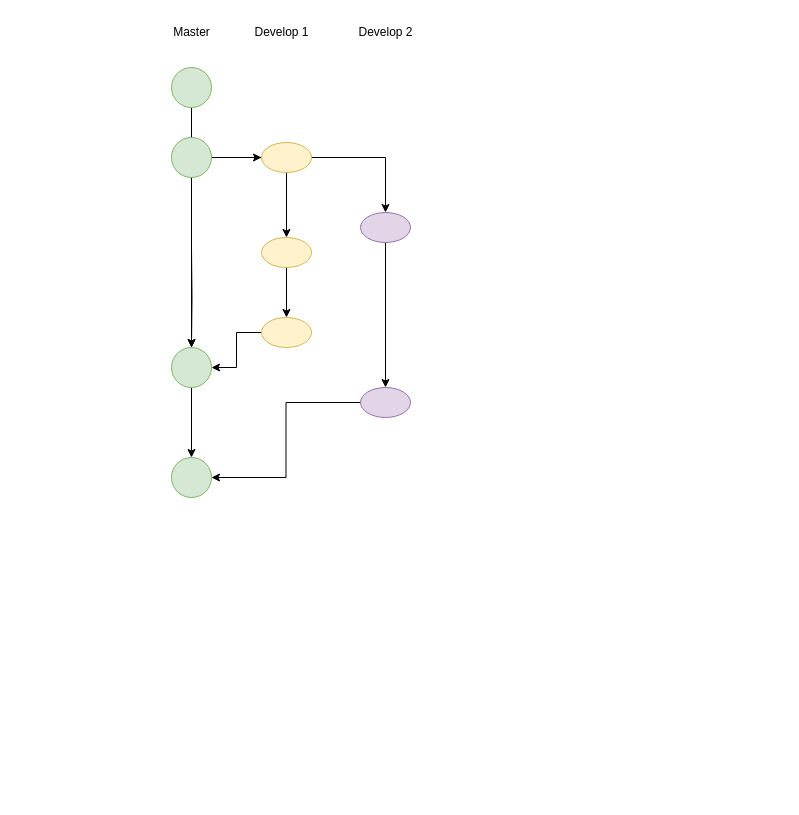
hongbin-che/Actions_Study keeps this draw.io diagram as Untitled Diagram.drawio. Above is the earlier version. Source tidied: cells renumbered, new cells numbered last; positions are measured from the earlier drawing's top-left corner, leaving out a move shared by most shapes. Both pictures are drawn from the tidied source at 100%, with x=0, y=0 at pixel (161, 17).
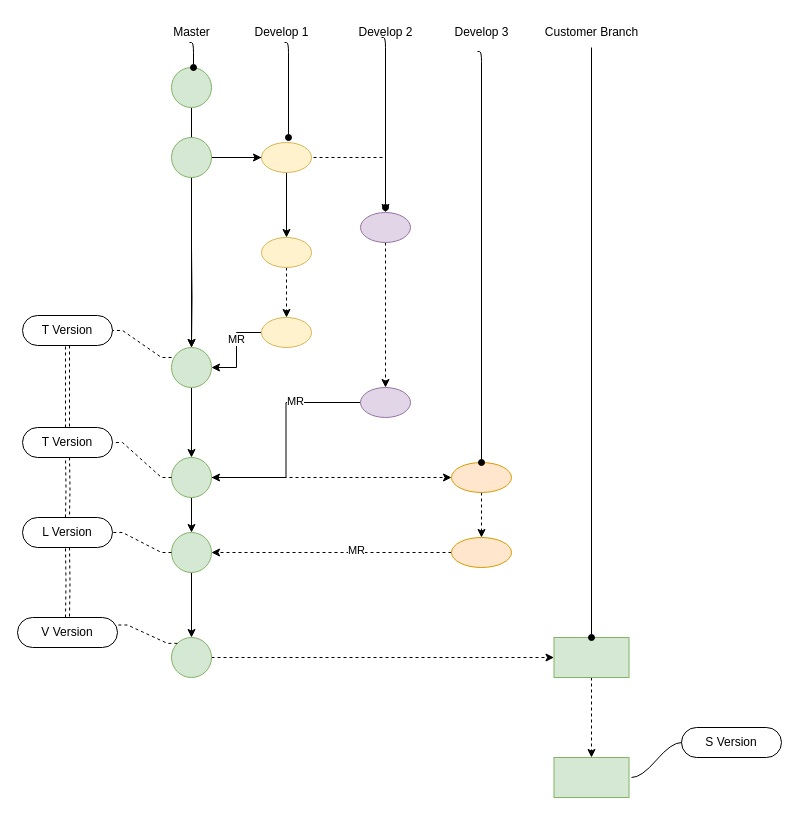
The same page after the edit.

The change refers to these unchanged cells:
```xml
<mxCell id="7" style="ellipse;whiteSpace=wrap;html=1;fillColor=#d5e8d4;strokeColor=#82b366;" parent="1" vertex="1">
  <mxGeometry x="10" y="120" width="40" height="40" as="geometry" />
</mxCell>
<mxCell id="10" style="ellipse;whiteSpace=wrap;html=1;fillColor=#d5e8d4;strokeColor=#82b366;" parent="1" vertex="1">
  <mxGeometry x="10" y="330" width="40" height="40" as="geometry" />
</mxCell>
<mxCell id="16" style="ellipse;whiteSpace=wrap;html=1;fillColor=#fff2cc;strokeColor=#d6b656;" parent="1" vertex="1">
  <mxGeometry x="100" y="220" width="50" height="30" as="geometry" />
</mxCell>
<mxCell id="17" style="edgeStyle=orthogonalEdgeStyle;rounded=0;jettySize=auto;html=1;entryX=1;entryY=0.5;entryDx=0;entryDy=0;" parent="1" edge="1" source="18" target="10">
  <mxGeometry relative="1" as="geometry" />
</mxCell>
<mxCell id="18" style="ellipse;whiteSpace=wrap;html=1;fillColor=#fff2cc;strokeColor=#d6b656;" parent="1" vertex="1">
  <mxGeometry x="100" y="300" width="50" height="30" as="geometry" />
</mxCell>
<mxCell id="20" style="ellipse;whiteSpace=wrap;html=1;fillColor=#e1d5e7;strokeColor=#9673a6;" parent="1" vertex="1">
  <mxGeometry x="199" y="195" width="50" height="30" as="geometry" />
</mxCell>
<mxCell id="21" style="edgeStyle=orthogonalEdgeStyle;rounded=0;jettySize=auto;html=1;entryX=1;entryY=0.5;entryDx=0;entryDy=0;" parent="1" edge="1" source="22" target="23">
  <mxGeometry relative="1" as="geometry" />
</mxCell>
<mxCell id="22" style="ellipse;whiteSpace=wrap;html=1;fillColor=#e1d5e7;strokeColor=#9673a6;" parent="1" vertex="1">
  <mxGeometry x="199" y="370" width="50" height="30" as="geometry" />
</mxCell>
<mxCell id="23" style="ellipse;whiteSpace=wrap;html=1;fillColor=#d5e8d4;strokeColor=#82b366;" parent="1" vertex="1">
  <mxGeometry x="10" y="440" width="40" height="40" as="geometry" />
</mxCell>
```

Diff of the diagram source:
```diff
@@
-    <mxCell id="6" style="edgeStyle=orthogonalEdgeStyle;rounded=0;jettySize=auto;html=1;entryX=0.5;entryY=0;entryDx=0;entryDy=0;" parent="1" edge="1" source="7" target="20">
+    <mxCell id="6" style="edgeStyle=orthogonalEdgeStyle;rounded=0;jettySize=auto;html=1;entryX=0.5;entryY=0;entryDx=0;entryDy=0;dashed=1;" parent="1" edge="1" source="7" target="20">
       <mxGeometry relative="1" as="geometry" />
     </mxCell>
@@
-    <mxCell id="15" style="edgeStyle=orthogonalEdgeStyle;rounded=0;jettySize=auto;html=1;" parent="1" edge="1" source="16" target="18">
+    <mxCell id="15" style="edgeStyle=orthogonalEdgeStyle;rounded=0;jettySize=auto;html=1;dashed=1;" parent="1" edge="1" source="16" target="18">
       <mxGeometry relative="1" as="geometry" />
     </mxCell>
@@
+    <mxCell id="24" value="MR" style="edgeLabel;html=1;align=center;verticalAlign=middle;" parent="17" vertex="1">
+      <mxGeometry x="-0.27" y="-1" relative="1" as="geometry" />
+    </mxCell>
@@
-    <mxCell id="19" style="edgeStyle=orthogonalEdgeStyle;rounded=0;jettySize=auto;html=1;" parent="1" edge="1" source="20" target="22">
+    <mxCell id="19" style="edgeStyle=orthogonalEdgeStyle;rounded=0;jettySize=auto;html=1;dashed=1;" parent="1" edge="1" source="20" target="22">
       <mxGeometry relative="1" as="geometry" />
     </mxCell>
@@
+    <mxCell id="25" value="MR" style="edgeLabel;html=1;align=center;verticalAlign=middle;" parent="21" vertex="1">
+      <mxGeometry x="-0.41" y="-2" relative="1" as="geometry" />
+    </mxCell>
@@
+    <mxCell id="26" style="edgeStyle=orthogonalEdgeStyle;rounded=0;jettySize=auto;html=1;" parent="1" edge="1" source="23" target="29">
+      <mxGeometry relative="1" as="geometry" />
+    </mxCell>
+    <mxCell id="27" style="edgeStyle=orthogonalEdgeStyle;rounded=0;jettySize=auto;html=1;dashed=1;" parent="1" edge="1" source="23" target="38">
+      <mxGeometry relative="1" as="geometry" />
+    </mxCell>
@@
+    <mxCell id="28" style="edgeStyle=orthogonalEdgeStyle;rounded=0;jettySize=auto;html=1;" parent="1" edge="1" source="29" target="31">
+      <mxGeometry relative="1" as="geometry" />
+    </mxCell>
+    <mxCell id="29" style="ellipse;whiteSpace=wrap;html=1;fillColor=#d5e8d4;strokeColor=#82b366;" parent="1" vertex="1">
+      <mxGeometry x="10" y="515" width="40" height="40" as="geometry" />
+    </mxCell>
+    <mxCell id="30" style="edgeStyle=orthogonalEdgeStyle;rounded=0;jettySize=auto;html=1;dashed=1;" parent="1" edge="1" source="31" target="50">
+      <mxGeometry relative="1" as="geometry" />
+    </mxCell>
+    <mxCell id="31" style="ellipse;whiteSpace=wrap;html=1;fillColor=#d5e8d4;strokeColor=#82b366;" parent="1" vertex="1">
+      <mxGeometry x="10" y="620" width="40" height="40" as="geometry" />
+    </mxCell>
+    <mxCell id="32" style="edgeStyle=orthogonalEdgeStyle;rounded=0;jettySize=auto;html=1;dashed=1;shape=link;" parent="1" edge="1" source="33" target="35">
+      <mxGeometry relative="1" as="geometry" />
+    </mxCell>
+    <mxCell id="33" value="T Version" style="whiteSpace=wrap;html=1;rounded=1;arcSize=50;align=center;verticalAlign=middle;strokeWidth=1;spacing=4;newEdgeStyle={&quot;edgeStyle&quot;:&quot;entityRelationEdgeStyle&quot;,&quot;startArrow&quot;:&quot;none&quot;,&quot;endArrow&quot;:&quot;none&quot;,&quot;segment&quot;:10,&quot;curved&quot;:1};" parent="1" vertex="1">
+      <mxGeometry x="-139" y="298" width="90" height="30" as="geometry" />
+    </mxCell>
+    <mxCell id="34" style="edgeStyle=entityRelationEdgeStyle;startArrow=none;endArrow=none;segment=10;rounded=0;dashed=1;entryX=1;entryY=0.5;entryDx=0;entryDy=0;exitX=0;exitY=0.25;exitDx=0;exitDy=0;exitPerimeter=0;" parent="1" edge="1" source="10" target="33">
+      <mxGeometry relative="1" as="geometry" />
+    </mxCell>
+    <mxCell id="35" value="T Version" style="whiteSpace=wrap;html=1;rounded=1;arcSize=50;align=center;verticalAlign=middle;strokeWidth=1;spacing=4;newEdgeStyle={&quot;edgeStyle&quot;:&quot;entityRelationEdgeStyle&quot;,&quot;startArrow&quot;:&quot;none&quot;,&quot;endArrow&quot;:&quot;none&quot;,&quot;segment&quot;:10,&quot;curved&quot;:1};" parent="1" vertex="1">
+      <mxGeometry x="-139" y="410" width="90" height="30" as="geometry" />
+    </mxCell>
+    <mxCell id="36" style="edgeStyle=entityRelationEdgeStyle;startArrow=none;endArrow=none;segment=10;rounded=0;dashed=1;entryX=1;entryY=0.5;entryDx=0;entryDy=0;exitX=0;exitY=0.5;exitDx=0;exitDy=0;" parent="1" edge="1" source="23" target="35">
+      <mxGeometry relative="1" as="geometry" />
+    </mxCell>
+    <mxCell id="37" style="edgeStyle=orthogonalEdgeStyle;rounded=0;jettySize=auto;html=1;dashed=1;" parent="1" edge="1" source="38" target="42">
+      <mxGeometry relative="1" as="geometry" />
+    </mxCell>
+    <mxCell id="38" style="ellipse;whiteSpace=wrap;html=1;fillColor=#ffe6cc;strokeColor=#d79b00;" parent="1" vertex="1">
+      <mxGeometry x="290" y="445" width="60" height="30" as="geometry" />
+    </mxCell>
+    <mxCell id="39" value="Develop 3" style="text;html=1;align=center;verticalAlign=middle;points=[];fillColor=none;strokeColor=none;rounded=0;" parent="1" vertex="1">
+      <mxGeometry x="280" width="80" height="30" as="geometry" />
+    </mxCell>
+    <mxCell id="40" style="edgeStyle=orthogonalEdgeStyle;rounded=0;jettySize=auto;html=1;dashed=1;" parent="1" edge="1" source="42" target="29">
+      <mxGeometry relative="1" as="geometry" />
+    </mxCell>
+    <mxCell id="41" value="MR" style="edgeLabel;html=1;align=center;verticalAlign=middle;" parent="40" vertex="1">
+      <mxGeometry x="-0.2" y="-3" relative="1" as="geometry" />
+    </mxCell>
+    <mxCell id="42" style="ellipse;whiteSpace=wrap;html=1;fillColor=#ffe6cc;strokeColor=#d79b00;" parent="1" vertex="1">
+      <mxGeometry x="290" y="520" width="60" height="30" as="geometry" />
+    </mxCell>
+    <mxCell id="43" value="L Version" style="whiteSpace=wrap;html=1;rounded=1;arcSize=50;align=center;verticalAlign=middle;strokeWidth=1;spacing=4;newEdgeStyle={&quot;edgeStyle&quot;:&quot;entityRelationEdgeStyle&quot;,&quot;startArrow&quot;:&quot;none&quot;,&quot;endArrow&quot;:&quot;none&quot;,&quot;segment&quot;:10,&quot;curved&quot;:1};" parent="1" vertex="1">
+      <mxGeometry x="-139" y="500" width="90" height="30" as="geometry" />
+    </mxCell>
+    <mxCell id="44" style="edgeStyle=entityRelationEdgeStyle;startArrow=none;endArrow=none;segment=10;rounded=0;dashed=1;entryX=1;entryY=0.5;entryDx=0;entryDy=0;exitX=0;exitY=0.5;exitDx=0;exitDy=0;" parent="1" edge="1" source="29" target="43">
+      <mxGeometry relative="1" as="geometry" />
+    </mxCell>
+    <mxCell id="45" value="V Version" style="whiteSpace=wrap;html=1;rounded=1;arcSize=50;align=center;verticalAlign=middle;strokeWidth=1;spacing=4;newEdgeStyle={&quot;edgeStyle&quot;:&quot;entityRelationEdgeStyle&quot;,&quot;startArrow&quot;:&quot;none&quot;,&quot;endArrow&quot;:&quot;none&quot;,&quot;segment&quot;:10,&quot;curved&quot;:1};" parent="1" vertex="1">
+      <mxGeometry x="-144" y="600" width="100" height="30" as="geometry" />
+    </mxCell>
+    <mxCell id="46" style="edgeStyle=entityRelationEdgeStyle;startArrow=none;endArrow=none;segment=10;rounded=0;dashed=1;entryX=1;entryY=0.25;entryDx=0;entryDy=0;exitX=0;exitY=0;exitDx=0;exitDy=0;" parent="1" edge="1" source="31" target="45">
+      <mxGeometry relative="1" as="geometry" />
+    </mxCell>
+    <mxCell id="47" style="edgeStyle=orthogonalEdgeStyle;rounded=0;jettySize=auto;html=1;dashed=1;shape=link;entryX=0.5;entryY=0;entryDx=0;entryDy=0;" parent="1" edge="1" target="43">
+      <mxGeometry relative="1" as="geometry">
+        <mxPoint x="-94" y="440" as="sourcePoint" />
+      </mxGeometry>
+    </mxCell>
+    <mxCell id="48" style="edgeStyle=orthogonalEdgeStyle;rounded=0;jettySize=auto;html=1;dashed=1;shape=link;entryX=0.5;entryY=0;entryDx=0;entryDy=0;" parent="1" edge="1" target="45">
+      <mxGeometry relative="1" as="geometry">
+        <mxPoint x="-94" y="530" as="sourcePoint" />
+      </mxGeometry>
+    </mxCell>
+    <mxCell id="49" style="edgeStyle=orthogonalEdgeStyle;rounded=1;jettySize=auto;html=1;endArrow=classic;endFill=1;dashed=1;" parent="1" edge="1" source="50" target="54">
+      <mxGeometry relative="1" as="geometry" />
+    </mxCell>
+    <mxCell id="50" style="whiteSpace=wrap;html=1;fillColor=#d5e8d4;strokeColor=#82b366;" parent="1" vertex="1">
+      <mxGeometry x="392.5" y="620" width="75" height="40" as="geometry" />
+    </mxCell>
+    <mxCell id="51" style="edgeStyle=orthogonalEdgeStyle;rounded=1;jettySize=auto;html=1;endArrow=oval;endFill=1;" parent="1" edge="1" source="52" target="50">
+      <mxGeometry relative="1" as="geometry" />
+    </mxCell>
+    <mxCell id="52" value="Customer Branch" style="text;html=1;align=center;verticalAlign=middle;points=[];fillColor=none;strokeColor=none;rounded=0;" parent="1" vertex="1">
+      <mxGeometry x="370" width="120" height="30" as="geometry" />
+    </mxCell>
+    <mxCell id="53" style="edgeStyle=orthogonalEdgeStyle;rounded=1;jettySize=auto;html=1;endArrow=oval;endFill=1;exitX=0.45;exitY=1.133;exitDx=0;exitDy=0;exitPerimeter=0;entryX=0.5;entryY=0;entryDx=0;entryDy=0;" parent="1" edge="1" source="39" target="38">
+      <mxGeometry relative="1" as="geometry">
+        <Array as="points">
+          <mxPoint x="320" y="34" />
+        </Array>
+      </mxGeometry>
+    </mxCell>
+    <mxCell id="54" style="whiteSpace=wrap;html=1;fillColor=#d5e8d4;strokeColor=#82b366;" parent="1" vertex="1">
+      <mxGeometry x="392.5" y="740" width="75" height="40" as="geometry" />
+    </mxCell>
+    <mxCell id="55" value="S Version" style="whiteSpace=wrap;html=1;rounded=1;arcSize=50;align=center;verticalAlign=middle;strokeWidth=1;spacing=4;newEdgeStyle={&quot;edgeStyle&quot;:&quot;entityRelationEdgeStyle&quot;,&quot;startArrow&quot;:&quot;none&quot;,&quot;endArrow&quot;:&quot;none&quot;,&quot;segment&quot;:10,&quot;curved&quot;:1};" parent="1" vertex="1">
+      <mxGeometry x="520" y="710" width="100" height="30" as="geometry" />
+    </mxCell>
+    <mxCell id="56" style="edgeStyle=entityRelationEdgeStyle;startArrow=none;endArrow=none;segment=10;curved=1;rounded=1;" parent="1" edge="1" target="55">
+      <mxGeometry relative="1" as="geometry">
+        <mxPoint x="470" y="760" as="sourcePoint" />
+      </mxGeometry>
+    </mxCell>
+    <mxCell id="57" style="edgeStyle=orthogonalEdgeStyle;rounded=1;orthogonalLoop=1;jettySize=auto;html=1;endArrow=oval;endFill=1;exitX=0.45;exitY=1.133;exitDx=0;exitDy=0;exitPerimeter=0;" parent="1" edge="1">
+      <mxGeometry relative="1" as="geometry">
+        <mxPoint x="220" y="20" as="sourcePoint" />
+        <mxPoint x="224" y="190" as="targetPoint" />
+        <Array as="points">
+          <mxPoint x="224" y="20" />
+        </Array>
+      </mxGeometry>
+    </mxCell>
+    <mxCell id="58" style="edgeStyle=orthogonalEdgeStyle;rounded=1;orthogonalLoop=1;jettySize=auto;html=1;endArrow=oval;endFill=1;exitX=0.45;exitY=1.133;exitDx=0;exitDy=0;exitPerimeter=0;" parent="1" edge="1">
+      <mxGeometry relative="1" as="geometry">
+        <mxPoint x="123" y="25" as="sourcePoint" />
+        <mxPoint x="127" y="120" as="targetPoint" />
+        <Array as="points">
+          <mxPoint x="127" y="25" />
+        </Array>
+      </mxGeometry>
+    </mxCell>
+    <mxCell id="59" style="edgeStyle=orthogonalEdgeStyle;rounded=1;orthogonalLoop=1;jettySize=auto;html=1;endArrow=oval;endFill=1;exitX=0.45;exitY=1.133;exitDx=0;exitDy=0;exitPerimeter=0;" parent="1" edge="1">
+      <mxGeometry relative="1" as="geometry">
+        <mxPoint x="28" y="25" as="sourcePoint" />
+        <mxPoint x="32" y="50" as="targetPoint" />
+        <Array as="points">
+          <mxPoint x="32" y="25" />
+        </Array>
+      </mxGeometry>
+    </mxCell>
```
